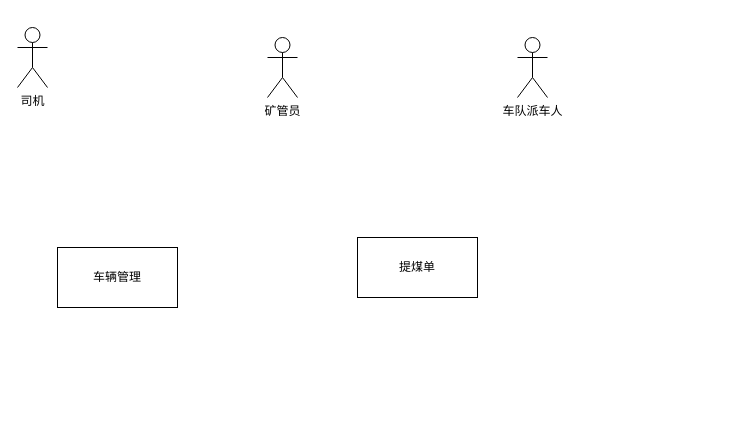
lipeng260/drawio keeps this draw.io diagram as 数字站台.drawio. Above is the earlier version. Source tidied: cells renumbered, new cells numbered last; positions are measured from the earlier drawing's top-left corner, leaving out a move shared by most shapes. Both pictures are drawn from the tidied source at 100%, with x=0, y=0 at pixel (17, 27).
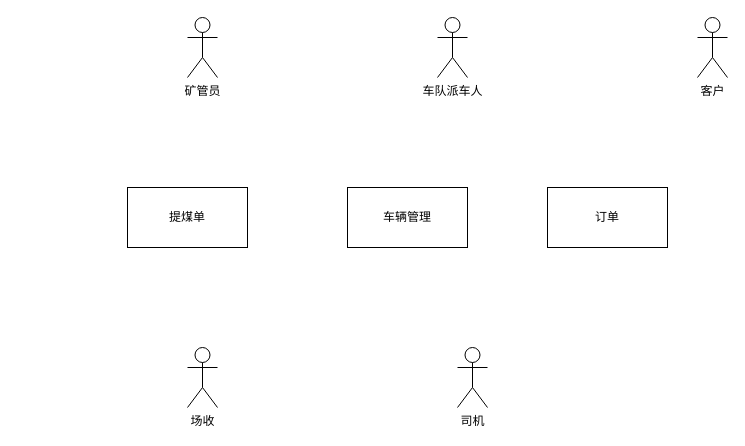
Above is the later version.

Change to the diagram source:
```diff
@@
 <mxGraphModel>
   <root>
     <mxCell id="0" />
     <mxCell id="1" parent="0" />
     <mxCell id="2" value="提煤单" style="rounded=0;whiteSpace=wrap;html=1;" parent="1" vertex="1">
-      <mxGeometry x="340" y="210" width="120" height="60" as="geometry" />
+      <mxGeometry x="110" y="160" width="120" height="60" as="geometry" />
     </mxCell>
     <mxCell id="3" value="司机" style="shape=umlActor;verticalLabelPosition=bottom;verticalAlign=top;html=1;" parent="1" vertex="1">
-      <mxGeometry width="30" height="60" as="geometry" />
+      <mxGeometry x="440" y="320" width="30" height="60" as="geometry" />
     </mxCell>
     <mxCell id="4" value="矿管员" style="shape=umlActor;verticalLabelPosition=bottom;verticalAlign=top;html=1;" parent="1" vertex="1">
-      <mxGeometry x="250" y="10" width="30" height="60" as="geometry" />
+      <mxGeometry x="170" y="-10" width="30" height="60" as="geometry" />
     </mxCell>
     <mxCell id="5" value="车队派车人" style="shape=umlActor;verticalLabelPosition=bottom;verticalAlign=top;html=1;" parent="1" vertex="1">
-      <mxGeometry x="500" y="10" width="30" height="60" as="geometry" />
+      <mxGeometry x="420" y="-10" width="30" height="60" as="geometry" />
     </mxCell>
     <mxCell id="6" value="车辆管理" style="rounded=0;whiteSpace=wrap;html=1;" parent="1" vertex="1">
-      <mxGeometry x="40" y="220" width="120" height="60" as="geometry" />
+      <mxGeometry x="330" y="160" width="120" height="60" as="geometry" />
     </mxCell>
+    <mxCell id="7" value="场收" style="shape=umlActor;verticalLabelPosition=bottom;verticalAlign=top;html=1;" parent="1" vertex="1">
+      <mxGeometry x="170" y="320" width="30" height="60" as="geometry" />
+    </mxCell>
+    <mxCell id="8" value="订单" style="rounded=0;whiteSpace=wrap;html=1;" parent="1" vertex="1">
+      <mxGeometry x="530" y="160" width="120" height="60" as="geometry" />
+    </mxCell>
+    <mxCell id="9" value="客户" style="shape=umlActor;verticalLabelPosition=bottom;verticalAlign=top;html=1;" parent="1" vertex="1">
+      <mxGeometry x="680" y="-10" width="30" height="60" as="geometry" />
+    </mxCell>
   </root>
 </mxGraphModel>
```
